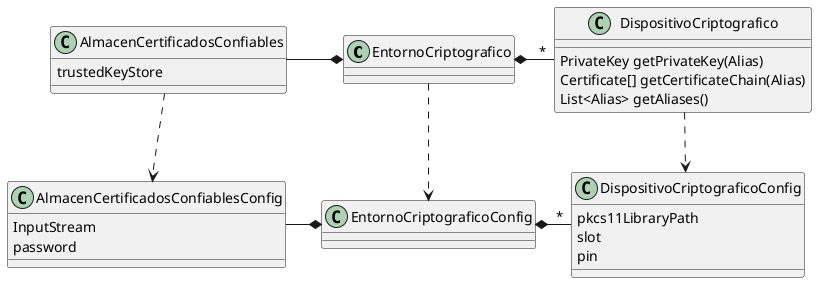
This is src/main/java/com/educaflow/common/criptografia/criptografia.png from educaflow/pruebasLorenzo, a PlantUML export, as it was before one commit.
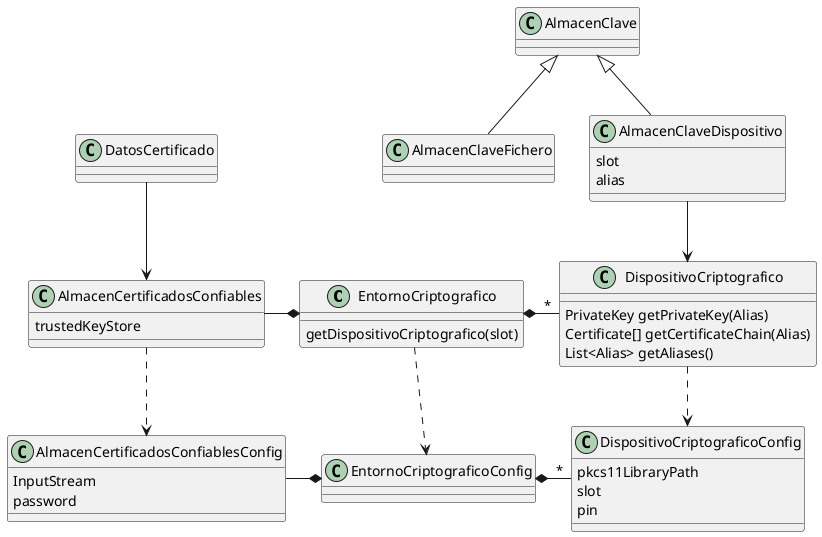
After the commit.

Commit message:
Modificar los diagramas UML

The edit, as a diff of the source:
```diff
@@ -10,7 +10,9 @@
 EntornoCriptograficoConfig *-right- "*" DispositivoCriptograficoConfig
 
 
-
+class EntornoCriptografico {
+    getDispositivoCriptografico(slot)
+}
 
 class AlmacenCertificadosConfiables {
     trustedKeyStore
@@ -33,5 +35,14 @@
     password
 }
 
+AlmacenClave <|-- AlmacenClaveFichero
+AlmacenClave <|-- AlmacenClaveDispositivo
 
+class AlmacenClaveDispositivo {
+slot
+alias
+}
+
+DatosCertificado --> AlmacenCertificadosConfiables
+AlmacenClaveDispositivo --> DispositivoCriptografico
 @enduml
```
